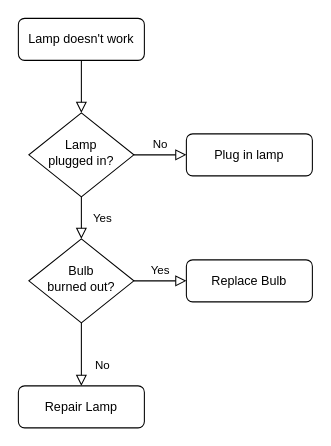
fgomez1211/ComputerVision keeps this draw.io diagram as Untitled Diagram.drawio. Above is the earlier version. Source tidied: cells renumbered, new cells numbered last; positions are measured from the earlier drawing's top-left corner, leaving out a move shared by most shapes. Both pictures are drawn from the tidied source at 105%, with x=0, y=0 at pixel (18, 18).
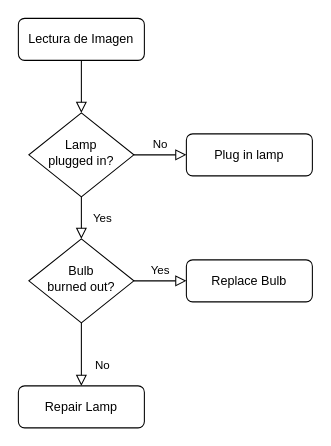
The same page after the edit.

The edit, as a diff of the source:
```diff
@@
 <mxGraphModel>
   <root>
     <mxCell id="0" />
     <mxCell id="1" parent="0" />
     <mxCell id="2" style="rounded=0;html=1;jettySize=auto;fontSize=11;endArrow=block;endFill=0;endSize=8;strokeWidth=1;shadow=0;labelBackgroundColor=none;edgeStyle=orthogonalEdgeStyle;" parent="1" edge="1" source="3" target="6">
       <mxGeometry relative="1" as="geometry" />
     </mxCell>
-    <mxCell id="3" value="Lamp doesn't work" style="rounded=1;whiteSpace=wrap;html=1;fontSize=12;glass=0;strokeWidth=1;shadow=0;" parent="1" vertex="1">
+    <mxCell id="3" value="Lectura de Imagen" style="rounded=1;whiteSpace=wrap;html=1;fontSize=12;glass=0;strokeWidth=1;shadow=0;" parent="1" vertex="1">
       <mxGeometry width="120" height="40" as="geometry" />
     </mxCell>
     <mxCell id="4" value="Yes" style="rounded=0;html=1;jettySize=auto;fontSize=11;endArrow=block;endFill=0;endSize=8;strokeWidth=1;shadow=0;labelBackgroundColor=none;edgeStyle=orthogonalEdgeStyle;" parent="1" edge="1" source="6" target="10">
       <mxGeometry y="20" relative="1" as="geometry" />
     </mxCell>
     <mxCell id="5" value="No" style="edgeStyle=orthogonalEdgeStyle;rounded=0;html=1;jettySize=auto;fontSize=11;endArrow=block;endFill=0;endSize=8;strokeWidth=1;shadow=0;labelBackgroundColor=none;" parent="1" edge="1" source="6" target="7">
       <mxGeometry y="10" relative="1" as="geometry" />
     </mxCell>
     <mxCell id="6" value="Lamp&lt;br&gt;plugged in?" style="rhombus;whiteSpace=wrap;html=1;shadow=0;fontFamily=Helvetica;fontSize=12;align=center;strokeWidth=1;spacing=6;spacingTop=-4;" parent="1" vertex="1">
       <mxGeometry x="10" y="90" width="100" height="80" as="geometry" />
     </mxCell>
     <mxCell id="7" value="Plug in lamp" style="rounded=1;whiteSpace=wrap;html=1;fontSize=12;glass=0;strokeWidth=1;shadow=0;" parent="1" vertex="1">
       <mxGeometry x="160" y="110" width="120" height="40" as="geometry" />
     </mxCell>
     <mxCell id="8" value="No" style="rounded=0;html=1;jettySize=auto;fontSize=11;endArrow=block;endFill=0;endSize=8;strokeWidth=1;shadow=0;labelBackgroundColor=none;edgeStyle=orthogonalEdgeStyle;" parent="1" edge="1" source="10" target="11">
       <mxGeometry x="0.33" y="20" relative="1" as="geometry" />
     </mxCell>
     <mxCell id="9" value="Yes" style="edgeStyle=orthogonalEdgeStyle;rounded=0;html=1;jettySize=auto;fontSize=11;endArrow=block;endFill=0;endSize=8;strokeWidth=1;shadow=0;labelBackgroundColor=none;" parent="1" edge="1" source="10" target="12">
       <mxGeometry y="10" relative="1" as="geometry" />
     </mxCell>
     <mxCell id="10" value="Bulb&lt;br&gt;burned out?" style="rhombus;whiteSpace=wrap;html=1;shadow=0;fontFamily=Helvetica;fontSize=12;align=center;strokeWidth=1;spacing=6;spacingTop=-4;" parent="1" vertex="1">
       <mxGeometry x="10" y="210" width="100" height="80" as="geometry" />
     </mxCell>
     <mxCell id="11" value="Repair Lamp" style="rounded=1;whiteSpace=wrap;html=1;fontSize=12;glass=0;strokeWidth=1;shadow=0;" parent="1" vertex="1">
       <mxGeometry y="350" width="120" height="40" as="geometry" />
     </mxCell>
     <mxCell id="12" value="Replace Bulb" style="rounded=1;whiteSpace=wrap;html=1;fontSize=12;glass=0;strokeWidth=1;shadow=0;" parent="1" vertex="1">
       <mxGeometry x="160" y="230" width="120" height="40" as="geometry" />
     </mxCell>
   </root>
 </mxGraphModel>
```
